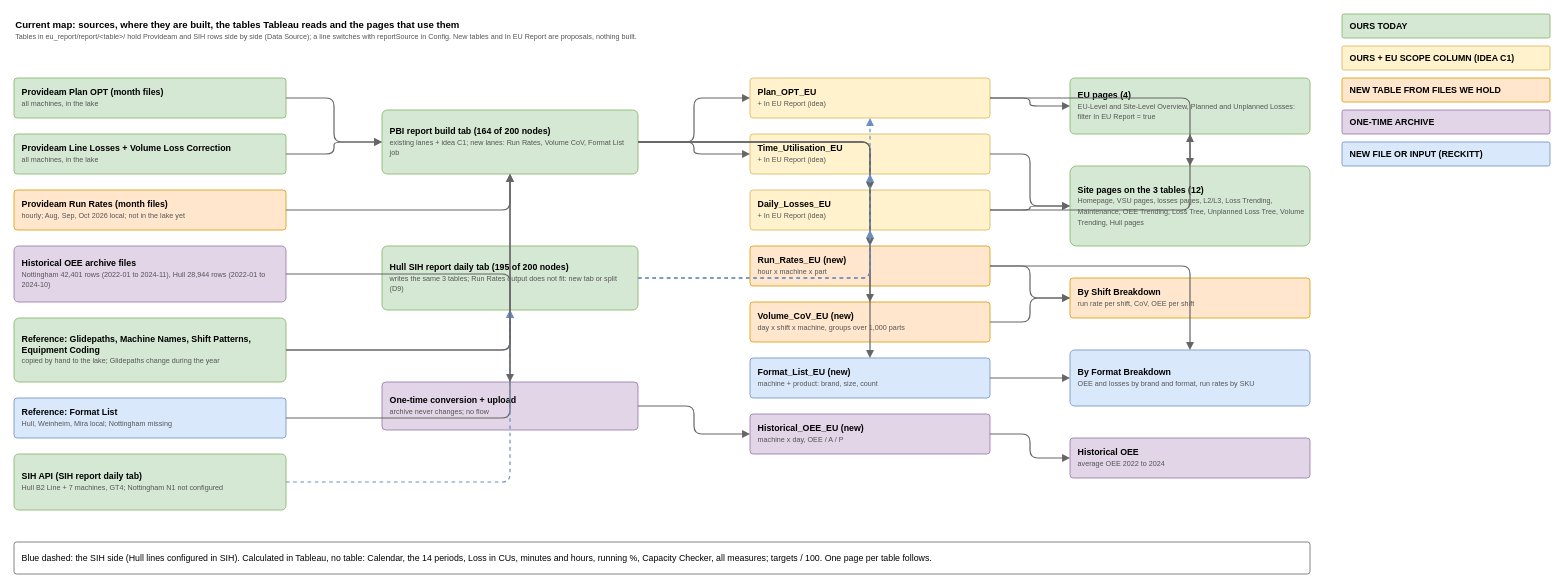
The draw.io diagram page "Current map: overview" (2 of 22) of diagrams/site-dashboards-map.drawio in AbiyyuMufti/SIH-IBMX-R, before the edit. Source tidied: cells renumbered, new cells numbered last; positions are measured from the earlier drawing's top-left corner, leaving out a move shared by most shapes. Both pictures are drawn from the tidied source at 80%, with x=0, y=0 at pixel (14, 14).
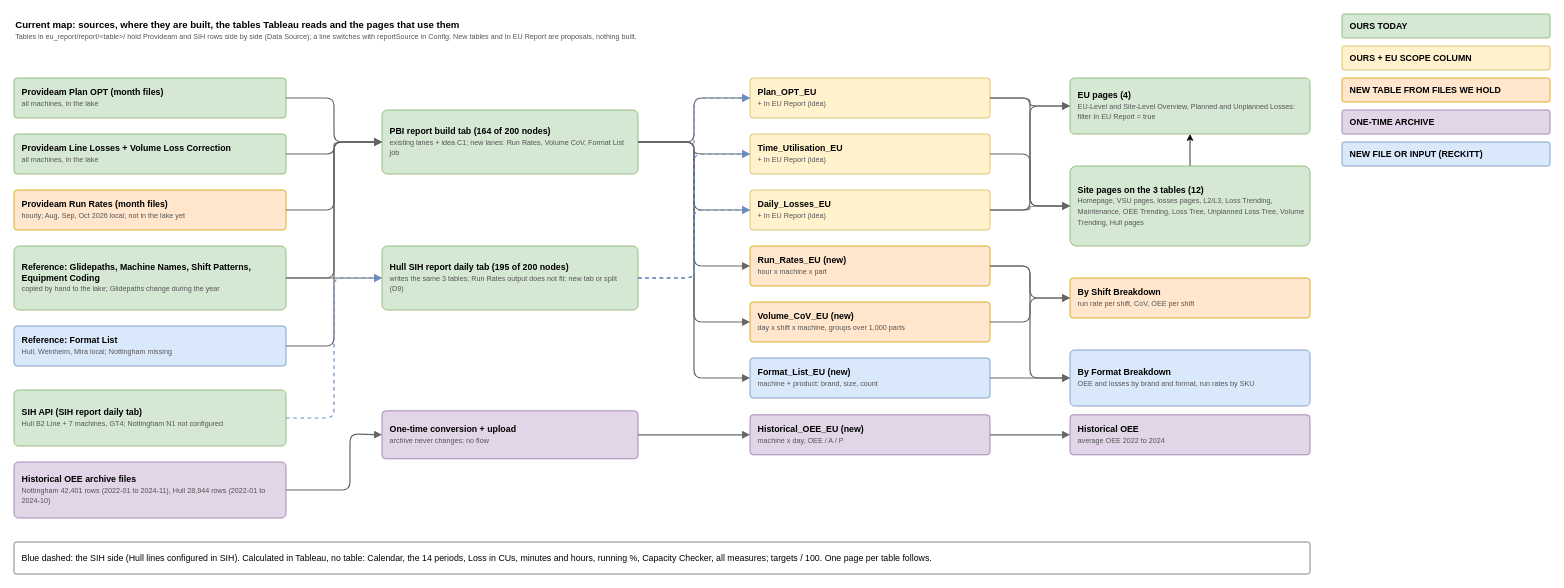
The same diagram, later.

The change refers to these unchanged cells:
```xml
<mxCell id="10" value="&lt;b&gt;Provideam Run Rates (month files)&lt;/b&gt;&lt;br&gt;&lt;font style=&quot;font-size:9px&quot; color=&quot;#555555&quot;&gt;hourly; Aug, Sep, Oct 2026 local; not in the lake yet&lt;/font&gt;" style="rounded=1;whiteSpace=wrap;html=1;align=left;verticalAlign=middle;spacingLeft=8;spacingRight=6;fontSize=11;arcSize=8;fillColor=#ffe6cc;strokeColor=#d79b00;" parent="1" vertex="1">
  <mxGeometry y="220" width="340" height="50" as="geometry" />
</mxCell>
<mxCell id="15" value="&lt;b&gt;PBI report build tab (164 of 200 nodes)&lt;/b&gt;&lt;br&gt;&lt;font style=&quot;font-size:9px&quot; color=&quot;#555555&quot;&gt;existing lanes + idea C1; new lanes: Run Rates, Volume CoV, Format List job&lt;/font&gt;" style="rounded=1;whiteSpace=wrap;html=1;align=left;verticalAlign=middle;spacingLeft=8;spacingRight=6;fontSize=11;arcSize=8;fillColor=#d5e8d4;strokeColor=#82b366;" parent="1" vertex="1">
  <mxGeometry x="460" y="120" width="320" height="80" as="geometry" />
</mxCell>
<mxCell id="16" value="&lt;b&gt;Hull SIH report daily tab (195 of 200 nodes)&lt;/b&gt;&lt;br&gt;&lt;font style=&quot;font-size:9px&quot; color=&quot;#555555&quot;&gt;writes the same 3 tables; Run Rates output does not fit: new tab or split (D9)&lt;/font&gt;" style="rounded=1;whiteSpace=wrap;html=1;align=left;verticalAlign=middle;spacingLeft=8;spacingRight=6;fontSize=11;arcSize=8;fillColor=#d5e8d4;strokeColor=#82b366;" parent="1" vertex="1">
  <mxGeometry x="460" y="290" width="320" height="80" as="geometry" />
</mxCell>
<mxCell id="18" value="&lt;b&gt;Plan_OPT_EU&lt;/b&gt;&lt;br&gt;&lt;font style=&quot;font-size:9px&quot; color=&quot;#555555&quot;&gt;+ In EU Report (idea)&lt;/font&gt;" style="rounded=1;whiteSpace=wrap;html=1;align=left;verticalAlign=middle;spacingLeft=8;spacingRight=6;fontSize=11;arcSize=8;fillColor=#fff2cc;strokeColor=#d6b656;" parent="1" vertex="1">
  <mxGeometry x="920" y="80" width="300" height="50" as="geometry" />
</mxCell>
<mxCell id="19" value="&lt;b&gt;Time_Utilisation_EU&lt;/b&gt;&lt;br&gt;&lt;font style=&quot;font-size:9px&quot; color=&quot;#555555&quot;&gt;+ In EU Report (idea)&lt;/font&gt;" style="rounded=1;whiteSpace=wrap;html=1;align=left;verticalAlign=middle;spacingLeft=8;spacingRight=6;fontSize=11;arcSize=8;fillColor=#fff2cc;strokeColor=#d6b656;" parent="1" vertex="1">
  <mxGeometry x="920" y="150" width="300" height="50" as="geometry" />
</mxCell>
<mxCell id="20" value="&lt;b&gt;Daily_Losses_EU&lt;/b&gt;&lt;br&gt;&lt;font style=&quot;font-size:9px&quot; color=&quot;#555555&quot;&gt;+ In EU Report (idea)&lt;/font&gt;" style="rounded=1;whiteSpace=wrap;html=1;align=left;verticalAlign=middle;spacingLeft=8;spacingRight=6;fontSize=11;arcSize=8;fillColor=#fff2cc;strokeColor=#d6b656;" parent="1" vertex="1">
  <mxGeometry x="920" y="220" width="300" height="50" as="geometry" />
</mxCell>
<mxCell id="21" value="&lt;b&gt;Run_Rates_EU (new)&lt;/b&gt;&lt;br&gt;&lt;font style=&quot;font-size:9px&quot; color=&quot;#555555&quot;&gt;hour x machine x part&lt;/font&gt;" style="rounded=1;whiteSpace=wrap;html=1;align=left;verticalAlign=middle;spacingLeft=8;spacingRight=6;fontSize=11;arcSize=8;fillColor=#ffe6cc;strokeColor=#d79b00;" parent="1" vertex="1">
  <mxGeometry x="920" y="290" width="300" height="50" as="geometry" />
</mxCell>
<mxCell id="22" value="&lt;b&gt;Volume_CoV_EU (new)&lt;/b&gt;&lt;br&gt;&lt;font style=&quot;font-size:9px&quot; color=&quot;#555555&quot;&gt;day x shift x machine, groups over 1,000 parts&lt;/font&gt;" style="rounded=1;whiteSpace=wrap;html=1;align=left;verticalAlign=middle;spacingLeft=8;spacingRight=6;fontSize=11;arcSize=8;fillColor=#ffe6cc;strokeColor=#d79b00;" parent="1" vertex="1">
  <mxGeometry x="920" y="360" width="300" height="50" as="geometry" />
</mxCell>
<mxCell id="23" value="&lt;b&gt;Format_List_EU (new)&lt;/b&gt;&lt;br&gt;&lt;font style=&quot;font-size:9px&quot; color=&quot;#555555&quot;&gt;machine + product: brand, size, count&lt;/font&gt;" style="rounded=1;whiteSpace=wrap;html=1;align=left;verticalAlign=middle;spacingLeft=8;spacingRight=6;fontSize=11;arcSize=8;fillColor=#dae8fc;strokeColor=#6c8ebf;" parent="1" vertex="1">
  <mxGeometry x="920" y="430" width="300" height="50" as="geometry" />
</mxCell>
<mxCell id="25" value="&lt;b&gt;EU pages (4)&lt;/b&gt;&lt;br&gt;&lt;font style=&quot;font-size:9px&quot; color=&quot;#555555&quot;&gt;EU-Level and Site-Level Overview, Planned and Unplanned Losses: filter In EU Report = true&lt;/font&gt;" style="rounded=1;whiteSpace=wrap;html=1;align=left;verticalAlign=middle;spacingLeft=8;spacingRight=6;fontSize=11;arcSize=8;fillColor=#d5e8d4;strokeColor=#82b366;" parent="1" vertex="1">
  <mxGeometry x="1320" y="80" width="300" height="70" as="geometry" />
</mxCell>
<mxCell id="26" value="&lt;b&gt;Site pages on the 3 tables (12)&lt;/b&gt;&lt;br&gt;&lt;font style=&quot;font-size:9px&quot; color=&quot;#555555&quot;&gt;Homepage, VSU pages, losses pages, L2/L3, Loss Trending, Maintenance, OEE Trending, Loss Tree, Unplanned Loss Tree, Volume Trending, Hull pages&lt;/font&gt;" style="rounded=1;whiteSpace=wrap;html=1;align=left;verticalAlign=middle;spacingLeft=8;spacingRight=6;fontSize=11;arcSize=8;fillColor=#d5e8d4;strokeColor=#82b366;" parent="1" vertex="1">
  <mxGeometry x="1320" y="190" width="300" height="100" as="geometry" />
</mxCell>
<mxCell id="28" value="&lt;b&gt;By Format Breakdown&lt;/b&gt;&lt;br&gt;&lt;font style=&quot;font-size:9px&quot; color=&quot;#555555&quot;&gt;OEE and losses by brand and format, run rates by SKU&lt;/font&gt;" style="rounded=1;whiteSpace=wrap;html=1;align=left;verticalAlign=middle;spacingLeft=8;spacingRight=6;fontSize=11;arcSize=8;fillColor=#dae8fc;strokeColor=#6c8ebf;" parent="1" vertex="1">
  <mxGeometry x="1320" y="420" width="300" height="70" as="geometry" />
</mxCell>
```

Diff of the diagram source:
```diff
@@
-    <mxCell id="4" value="&lt;b&gt;OURS + EU SCOPE COLUMN (IDEA C1)&lt;/b&gt;" style="rounded=1;whiteSpace=wrap;html=1;align=left;verticalAlign=middle;spacingLeft=8;spacingRight=6;fontSize=11;arcSize=8;fillColor=#fff2cc;strokeColor=#d6b656;" parent="1" vertex="1">
+    <mxCell id="4" value="&lt;b&gt;OURS + EU SCOPE COLUMN&lt;/b&gt;" style="rounded=1;whiteSpace=wrap;html=1;align=left;verticalAlign=middle;spacingLeft=8;spacingRight=6;fontSize=11;arcSize=8;fillColor=#fff2cc;strokeColor=#d6b656;" parent="1" vertex="1">
       <mxGeometry x="1660" y="40" width="260" height="30" as="geometry" />
     </mxCell>
@@
     <mxCell id="11" value="&lt;b&gt;Historical OEE archive files&lt;/b&gt;&lt;br&gt;&lt;font style=&quot;font-size:9px&quot; color=&quot;#555555&quot;&gt;Nottingham 42,401 rows (2022-01 to 2024-11), Hull 28,944 rows (2022-01 to 2024-10)&lt;/font&gt;" style="rounded=1;whiteSpace=wrap;html=1;align=left;verticalAlign=middle;spacingLeft=8;spacingRight=6;fontSize=11;arcSize=8;fillColor=#e1d5e7;strokeColor=#9673a6;" parent="1" vertex="1">
-      <mxGeometry y="290" width="340" height="70" as="geometry" />
+      <mxGeometry y="560" width="340" height="70" as="geometry" />
     </mxCell>
     <mxCell id="12" value="&lt;b&gt;Reference: Glidepaths, Machine Names, Shift Patterns, Equipment Coding&lt;/b&gt;&lt;br&gt;&lt;font style=&quot;font-size:9px&quot; color=&quot;#555555&quot;&gt;copied by hand to the lake; Glidepaths change during the year&lt;/font&gt;" style="rounded=1;whiteSpace=wrap;html=1;align=left;verticalAlign=middle;spacingLeft=8;spacingRight=6;fontSize=11;arcSize=8;fillColor=#d5e8d4;strokeColor=#82b366;" parent="1" vertex="1">
-      <mxGeometry y="380" width="340" height="80" as="geometry" />
+      <mxGeometry y="290" width="340" height="80" as="geometry" />
     </mxCell>
     <mxCell id="13" value="&lt;b&gt;Reference: Format List&lt;/b&gt;&lt;br&gt;&lt;font style=&quot;font-size:9px&quot; color=&quot;#555555&quot;&gt;Hull, Weinheim, Mira local; Nottingham missing&lt;/font&gt;" style="rounded=1;whiteSpace=wrap;html=1;align=left;verticalAlign=middle;spacingLeft=8;spacingRight=6;fontSize=11;arcSize=8;fillColor=#dae8fc;strokeColor=#6c8ebf;" parent="1" vertex="1">
-      <mxGeometry y="480" width="340" height="50" as="geometry" />
+      <mxGeometry y="390" width="340" height="50" as="geometry" />
     </mxCell>
     <mxCell id="14" value="&lt;b&gt;SIH API (SIH report daily tab)&lt;/b&gt;&lt;br&gt;&lt;font style=&quot;font-size:9px&quot; color=&quot;#555555&quot;&gt;Hull B2 Line + 7 machines, GT4; Nottingham N1 not configured&lt;/font&gt;" style="rounded=1;whiteSpace=wrap;html=1;align=left;verticalAlign=middle;spacingLeft=8;spacingRight=6;fontSize=11;arcSize=8;fillColor=#d5e8d4;strokeColor=#82b366;" parent="1" vertex="1">
-      <mxGeometry y="550" width="340" height="70" as="geometry" />
+      <mxGeometry y="470" width="340" height="70" as="geometry" />
     </mxCell>
@@
     <mxCell id="17" value="&lt;b&gt;One-time conversion + upload&lt;/b&gt;&lt;br&gt;&lt;font style=&quot;font-size:9px&quot; color=&quot;#555555&quot;&gt;archive never changes; no flow&lt;/font&gt;" style="rounded=1;whiteSpace=wrap;html=1;align=left;verticalAlign=middle;spacingLeft=8;spacingRight=6;fontSize=11;arcSize=8;fillColor=#e1d5e7;strokeColor=#9673a6;" parent="1" vertex="1">
-      <mxGeometry x="460" y="460" width="320" height="60" as="geometry" />
+      <mxGeometry x="460" y="496" width="320" height="60" as="geometry" />
     </mxCell>
@@
     <mxCell id="24" value="&lt;b&gt;Historical_OEE_EU (new)&lt;/b&gt;&lt;br&gt;&lt;font style=&quot;font-size:9px&quot; color=&quot;#555555&quot;&gt;machine x day, OEE / A / P&lt;/font&gt;" style="rounded=1;whiteSpace=wrap;html=1;align=left;verticalAlign=middle;spacingLeft=8;spacingRight=6;fontSize=11;arcSize=8;fillColor=#e1d5e7;strokeColor=#9673a6;" parent="1" vertex="1">
-      <mxGeometry x="920" y="500" width="300" height="50" as="geometry" />
+      <mxGeometry x="920" y="501" width="300" height="50" as="geometry" />
     </mxCell>
@@
+    <mxCell id="59" style="edgeStyle=orthogonalEdgeStyle;rounded=0;jettySize=auto;html=1;" parent="1" edge="1" source="26" target="25">
+      <mxGeometry relative="1" as="geometry" />
+    </mxCell>
@@
     <mxCell id="29" value="&lt;b&gt;Historical OEE&lt;/b&gt;&lt;br&gt;&lt;font style=&quot;font-size:9px&quot; color=&quot;#555555&quot;&gt;average OEE 2022 to 2024&lt;/font&gt;" style="rounded=1;whiteSpace=wrap;html=1;align=left;verticalAlign=middle;spacingLeft=8;spacingRight=6;fontSize=11;arcSize=8;fillColor=#e1d5e7;strokeColor=#9673a6;" parent="1" vertex="1">
-      <mxGeometry x="1320" y="530" width="300" height="50" as="geometry" />
+      <mxGeometry x="1320" y="501" width="300" height="50" as="geometry" />
     </mxCell>
@@
     <mxCell id="32" style="edgeStyle=orthogonalEdgeStyle;html=1;endArrow=block;endFill=1;strokeWidth=1.5;strokeColor=#666666;" parent="1" edge="1" source="10" target="15">
-      <mxGeometry relative="1" as="geometry" />
+      <mxGeometry relative="1" as="geometry">
+        <Array as="points">
+          <mxPoint x="400" y="245" />
+          <mxPoint x="400" y="160" />
+        </Array>
+      </mxGeometry>
     </mxCell>
-    <mxCell id="33" style="edgeStyle=orthogonalEdgeStyle;html=1;endArrow=block;endFill=1;strokeWidth=1.5;strokeColor=#666666;" parent="1" edge="1" source="12" target="15">
-      <mxGeometry relative="1" as="geometry" />
+    <mxCell id="33" style="edgeStyle=orthogonalEdgeStyle;html=1;endArrow=block;endFill=1;strokeWidth=1.5;strokeColor=#666666;exitX=1;exitY=0.5;exitDx=0;exitDy=0;" parent="1" edge="1" source="12" target="15">
+      <mxGeometry relative="1" as="geometry">
+        <Array as="points">
+          <mxPoint x="400" y="330" />
+          <mxPoint x="400" y="160" />
+        </Array>
+      </mxGeometry>
     </mxCell>
-    <mxCell id="34" style="edgeStyle=orthogonalEdgeStyle;html=1;endArrow=block;endFill=1;strokeWidth=1.5;strokeColor=#666666;" parent="1" edge="1" source="13" target="15">
-      <mxGeometry relative="1" as="geometry" />
+    <mxCell id="34" style="edgeStyle=orthogonalEdgeStyle;html=1;endArrow=block;endFill=1;strokeWidth=1.5;strokeColor=#666666;exitX=1;exitY=0.5;exitDx=0;exitDy=0;" parent="1" edge="1" source="13" target="15">
+      <mxGeometry relative="1" as="geometry">
+        <Array as="points">
+          <mxPoint x="400" y="415" />
+          <mxPoint x="400" y="160" />
+        </Array>
+      </mxGeometry>
     </mxCell>
-    <mxCell id="35" style="edgeStyle=orthogonalEdgeStyle;html=1;endArrow=block;endFill=1;strokeWidth=1.5;strokeColor=#666666;" parent="1" edge="1" source="12" target="16">
-      <mxGeometry relative="1" as="geometry" />
+    <mxCell id="35" style="edgeStyle=orthogonalEdgeStyle;html=1;endArrow=block;endFill=1;strokeWidth=1.5;strokeColor=#666666;exitX=1;exitY=0.5;exitDx=0;exitDy=0;" parent="1" edge="1" source="12" target="16">
+      <mxGeometry relative="1" as="geometry">
+        <Array as="points">
+          <mxPoint x="370" y="330" />
+          <mxPoint x="370" y="330" />
+        </Array>
+      </mxGeometry>
     </mxCell>
     <mxCell id="36" style="edgeStyle=orthogonalEdgeStyle;html=1;endArrow=block;endFill=1;strokeWidth=1.5;strokeColor=#6c8ebf;dashed=1;" parent="1" edge="1" source="14" target="16">
-      <mxGeometry relative="1" as="geometry" />
+      <mxGeometry relative="1" as="geometry">
+        <Array as="points">
+          <mxPoint x="400" y="505" />
+          <mxPoint x="400" y="330" />
+        </Array>
+      </mxGeometry>
     </mxCell>
-    <mxCell id="37" style="edgeStyle=orthogonalEdgeStyle;html=1;endArrow=block;endFill=1;strokeWidth=1.5;strokeColor=#666666;" parent="1" edge="1" source="11" target="17">
-      <mxGeometry relative="1" as="geometry" />
+    <mxCell id="37" style="edgeStyle=orthogonalEdgeStyle;html=1;endArrow=block;endFill=1;strokeWidth=1.5;strokeColor=#666666;entryX=0;entryY=0.5;entryDx=0;entryDy=0;" parent="1" edge="1" source="11" target="17">
+      <mxGeometry relative="1" as="geometry">
+        <Array as="points">
+          <mxPoint x="420" y="595" />
+          <mxPoint x="420" y="525" />
+        </Array>
+      </mxGeometry>
     </mxCell>
@@
     <mxCell id="40" style="edgeStyle=orthogonalEdgeStyle;html=1;endArrow=block;endFill=1;strokeWidth=1.5;strokeColor=#666666;" parent="1" edge="1" source="15" target="20">
-      <mxGeometry relative="1" as="geometry" />
+      <mxGeometry relative="1" as="geometry">
+        <Array as="points">
+          <mxPoint x="850" y="160" />
+          <mxPoint x="850" y="245" />
+        </Array>
+      </mxGeometry>
     </mxCell>
     <mxCell id="41" style="edgeStyle=orthogonalEdgeStyle;html=1;endArrow=block;endFill=1;strokeWidth=1.5;strokeColor=#666666;" parent="1" edge="1" source="15" target="21">
-      <mxGeometry relative="1" as="geometry" />
+      <mxGeometry relative="1" as="geometry">
+        <Array as="points">
+          <mxPoint x="850" y="160" />
+          <mxPoint x="850" y="315" />
+        </Array>
+      </mxGeometry>
     </mxCell>
     <mxCell id="42" style="edgeStyle=orthogonalEdgeStyle;html=1;endArrow=block;endFill=1;strokeWidth=1.5;strokeColor=#666666;" parent="1" edge="1" source="15" target="22">
-      <mxGeometry relative="1" as="geometry" />
+      <mxGeometry relative="1" as="geometry">
+        <Array as="points">
+          <mxPoint x="850" y="160" />
+          <mxPoint x="850" y="385" />
+        </Array>
+      </mxGeometry>
     </mxCell>
     <mxCell id="43" style="edgeStyle=orthogonalEdgeStyle;html=1;endArrow=block;endFill=1;strokeWidth=1.5;strokeColor=#666666;" parent="1" edge="1" source="15" target="23">
-      <mxGeometry relative="1" as="geometry" />
+      <mxGeometry relative="1" as="geometry">
+        <Array as="points">
+          <mxPoint x="850" y="160" />
+          <mxPoint x="850" y="455" />
+        </Array>
+      </mxGeometry>
     </mxCell>
     <mxCell id="44" style="edgeStyle=orthogonalEdgeStyle;html=1;endArrow=block;endFill=1;strokeWidth=1.5;strokeColor=#6c8ebf;dashed=1;" parent="1" edge="1" source="16" target="18">
-      <mxGeometry relative="1" as="geometry" />
+      <mxGeometry relative="1" as="geometry">
+        <Array as="points">
+          <mxPoint x="850" y="330" />
+          <mxPoint x="850" y="105" />
+        </Array>
+      </mxGeometry>
     </mxCell>
     <mxCell id="45" style="edgeStyle=orthogonalEdgeStyle;html=1;endArrow=block;endFill=1;strokeWidth=1.5;strokeColor=#6c8ebf;dashed=1;" parent="1" edge="1" source="16" target="19">
-      <mxGeometry relative="1" as="geometry" />
+      <mxGeometry relative="1" as="geometry">
+        <Array as="points">
+          <mxPoint x="850" y="330" />
+          <mxPoint x="850" y="175" />
+        </Array>
+      </mxGeometry>
     </mxCell>
     <mxCell id="46" style="edgeStyle=orthogonalEdgeStyle;html=1;endArrow=block;endFill=1;strokeWidth=1.5;strokeColor=#6c8ebf;dashed=1;" parent="1" edge="1" source="16" target="20">
-      <mxGeometry relative="1" as="geometry" />
+      <mxGeometry relative="1" as="geometry">
+        <Array as="points">
+          <mxPoint x="850" y="330" />
+          <mxPoint x="850" y="245" />
+        </Array>
+      </mxGeometry>
     </mxCell>
@@
     <mxCell id="49" style="edgeStyle=orthogonalEdgeStyle;html=1;endArrow=block;endFill=1;strokeWidth=1.5;strokeColor=#666666;" parent="1" edge="1" source="20" target="25">
-      <mxGeometry relative="1" as="geometry" />
+      <mxGeometry relative="1" as="geometry">
+        <Array as="points">
+          <mxPoint x="1270" y="245" />
+          <mxPoint x="1270" y="115" />
+        </Array>
+      </mxGeometry>
     </mxCell>
     <mxCell id="50" style="edgeStyle=orthogonalEdgeStyle;html=1;endArrow=block;endFill=1;strokeWidth=1.5;strokeColor=#666666;" parent="1" edge="1" source="18" target="26">
-      <mxGeometry relative="1" as="geometry" />
+      <mxGeometry relative="1" as="geometry">
+        <Array as="points">
+          <mxPoint x="1270" y="105" />
+          <mxPoint x="1270" y="240" />
+        </Array>
+      </mxGeometry>
     </mxCell>
@@
     <mxCell id="55" style="edgeStyle=orthogonalEdgeStyle;html=1;endArrow=block;endFill=1;strokeWidth=1.5;strokeColor=#666666;" parent="1" edge="1" source="21" target="28">
-      <mxGeometry relative="1" as="geometry" />
+      <mxGeometry relative="1" as="geometry">
+        <Array as="points">
+          <mxPoint x="1270" y="315" />
+          <mxPoint x="1270" y="455" />
+        </Array>
+      </mxGeometry>
     </mxCell>
```
